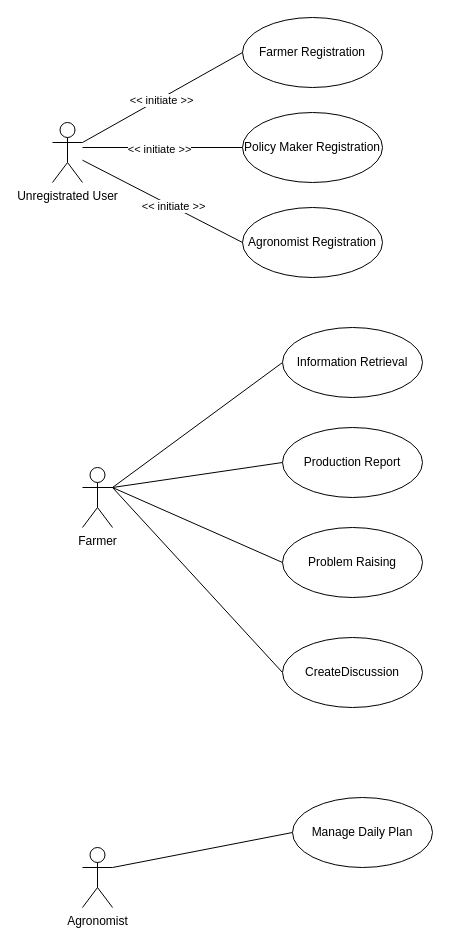
Before: page "Unregistered User" (1 of 2) of RASD/diagrams/UseCaseModel.drawio in ictar/DREAM-SE2-Project-2022, a draw.io diagram. Source tidied: cells renumbered, new cells numbered last; positions are measured from the earlier drawing's top-left corner, leaving out a move shared by most shapes. Both pictures are drawn from the tidied source at 100%, with x=0, y=0 at pixel (52, 17).
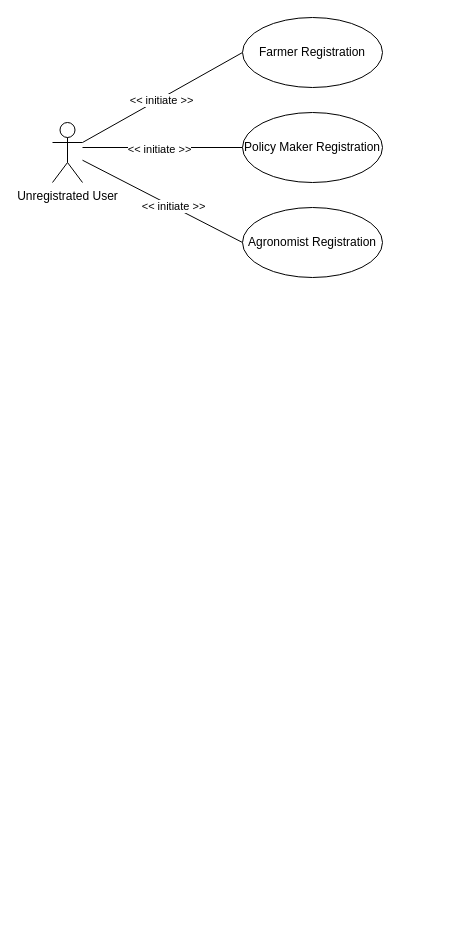
Above is the later version.

What changed in the source:
```diff
@@
-    <mxCell id="2" style="rounded=0;jettySize=auto;html=1;exitX=1;exitY=0.3333333333333333;exitDx=0;exitDy=0;exitPerimeter=0;entryX=0;entryY=0.5;entryDx=0;entryDy=0;endArrow=none;endFill=0;" parent="1" edge="1" source="6" target="7">
-      <mxGeometry relative="1" as="geometry" />
-    </mxCell>
-    <mxCell id="3" style="edgeStyle=none;rounded=0;jettySize=auto;html=1;exitX=1;exitY=0.3333333333333333;exitDx=0;exitDy=0;exitPerimeter=0;entryX=0;entryY=0.5;entryDx=0;entryDy=0;endArrow=none;endFill=0;" parent="1" edge="1" source="6" target="8">
-      <mxGeometry relative="1" as="geometry" />
-    </mxCell>
-    <mxCell id="4" style="edgeStyle=none;rounded=0;jettySize=auto;html=1;exitX=1;exitY=0.3333333333333333;exitDx=0;exitDy=0;exitPerimeter=0;entryX=0;entryY=0.5;entryDx=0;entryDy=0;endArrow=none;endFill=0;" parent="1" edge="1" source="6" target="9">
-      <mxGeometry relative="1" as="geometry" />
-    </mxCell>
-    <mxCell id="5" style="rounded=0;jettySize=auto;html=1;exitX=1;exitY=0.3333333333333333;exitDx=0;exitDy=0;exitPerimeter=0;entryX=0;entryY=0.5;entryDx=0;entryDy=0;endArrow=none;endFill=0;" parent="1" edge="1" source="6" target="10">
-      <mxGeometry relative="1" as="geometry" />
-    </mxCell>
-    <mxCell id="6" value="Farmer" style="shape=umlActor;verticalLabelPosition=bottom;verticalAlign=top;html=1;" parent="1" vertex="1">
-      <mxGeometry x="30" y="450" width="30" height="60" as="geometry" />
-    </mxCell>
-    <mxCell id="7" value="Information Retrieval" style="ellipse;whiteSpace=wrap;html=1;" parent="1" vertex="1">
-      <mxGeometry x="230" y="310" width="140" height="70" as="geometry" />
-    </mxCell>
-    <mxCell id="8" value="Production Report" style="ellipse;whiteSpace=wrap;html=1;" parent="1" vertex="1">
-      <mxGeometry x="230" y="410" width="140" height="70" as="geometry" />
-    </mxCell>
-    <mxCell id="9" value="Problem Raising" style="ellipse;whiteSpace=wrap;html=1;" parent="1" vertex="1">
-      <mxGeometry x="230" y="510" width="140" height="70" as="geometry" />
-    </mxCell>
-    <mxCell id="10" value="CreateDiscussion" style="ellipse;whiteSpace=wrap;html=1;" parent="1" vertex="1">
-      <mxGeometry x="230" y="620" width="140" height="70" as="geometry" />
-    </mxCell>
-    <mxCell id="11" style="edgeStyle=none;rounded=0;jettySize=auto;html=1;exitX=1;exitY=0.3333333333333333;exitDx=0;exitDy=0;exitPerimeter=0;entryX=0;entryY=0.5;entryDx=0;entryDy=0;endArrow=none;endFill=0;" parent="1" edge="1" source="12" target="23">
-      <mxGeometry relative="1" as="geometry" />
-    </mxCell>
-    <mxCell id="12" value="Agronomist" style="shape=umlActor;verticalLabelPosition=bottom;verticalAlign=top;html=1;" parent="1" vertex="1">
-      <mxGeometry x="30" y="830" width="30" height="60" as="geometry" />
-    </mxCell>
@@
-    <mxCell id="23" value="Manage Daily Plan" style="ellipse;whiteSpace=wrap;html=1;" parent="1" vertex="1">
-      <mxGeometry x="240" y="780" width="140" height="70" as="geometry" />
-    </mxCell>
```
